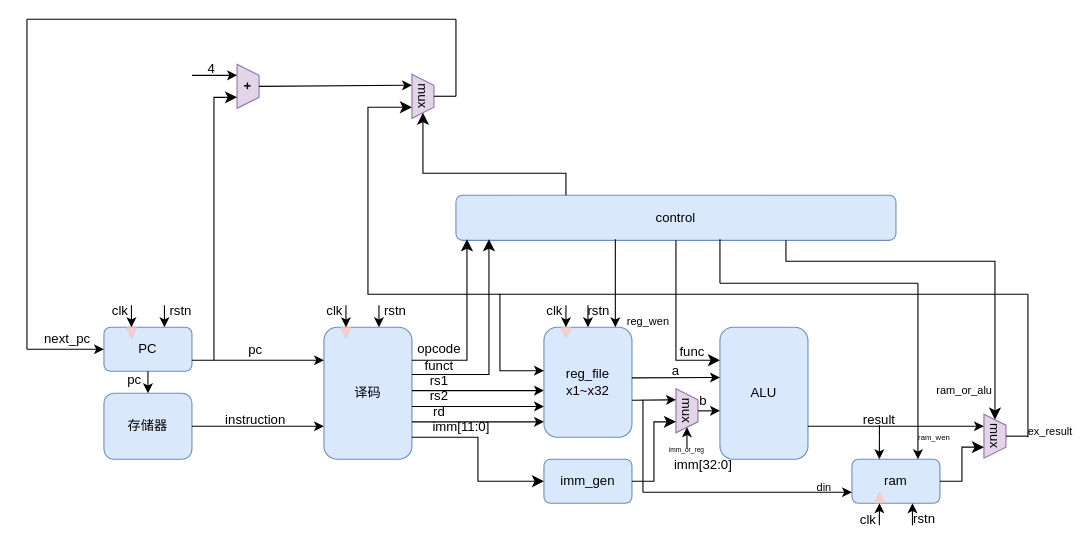
Before: riscv.drawio in youmiwei/drawio, a draw.io diagram. Source tidied: cells renumbered, new cells numbered last; positions are measured from the earlier drawing's top-left corner, leaving out a move shared by most shapes. Both pictures are drawn from the tidied source at 110%, with x=0, y=0 at pixel (26, 19).
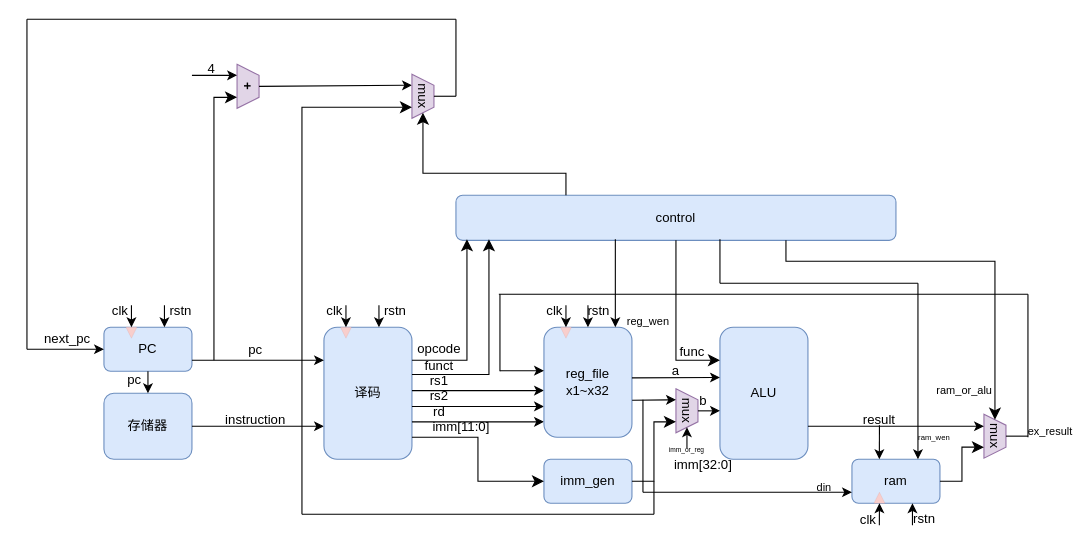
The same page after the edit.

The change refers to these unchanged cells:
```xml
<mxCell id="56" value="mux" style="shape=trapezoid;perimeter=trapezoidPerimeter;whiteSpace=wrap;html=1;fixedSize=1;size=10;rotation=90;fillColor=#e1d5e7;strokeColor=#9673a6;align=center;" parent="1" vertex="1">
  <mxGeometry x="340" y="60" width="40" height="20" as="geometry" />
</mxCell>
```

Change to the diagram source:
```diff
@@
-    <mxCell id="88" style="edgeStyle=elbowEdgeStyle;elbow=horizontal;endArrow=classic;html=1;curved=0;rounded=0;endSize=8;startSize=8;entryX=0.75;entryY=1;entryDx=0;entryDy=0;" parent="1" edge="1" target="56">
-      <mxGeometry relative="1" as="geometry">
-        <mxPoint x="430" y="250" as="sourcePoint" />
-        <Array as="points">
-          <mxPoint x="310" y="170" />
-        </Array>
-      </mxGeometry>
-    </mxCell>
@@
+    <mxCell id="96" style="endArrow=none;html=1;rounded=0;" parent="1" edge="1">
+      <mxGeometry relative="1" as="geometry">
+        <mxPoint x="570" y="450" as="sourcePoint" />
+        <mxPoint x="570" y="420" as="targetPoint" />
+      </mxGeometry>
+    </mxCell>
+    <mxCell id="97" style="endArrow=none;html=1;rounded=0;" parent="1" edge="1">
+      <mxGeometry relative="1" as="geometry">
+        <mxPoint x="250" y="450" as="sourcePoint" />
+        <mxPoint x="570" y="450" as="targetPoint" />
+      </mxGeometry>
+    </mxCell>
+    <mxCell id="98" style="edgeStyle=elbowEdgeStyle;elbow=horizontal;endArrow=classic;html=1;curved=0;rounded=0;endSize=8;startSize=8;entryX=0.75;entryY=1;entryDx=0;entryDy=0;" parent="1" edge="1" target="56">
+      <mxGeometry relative="1" as="geometry">
+        <mxPoint x="250" y="450" as="sourcePoint" />
+        <Array as="points">
+          <mxPoint x="250" y="400" />
+        </Array>
+      </mxGeometry>
+    </mxCell>
```
